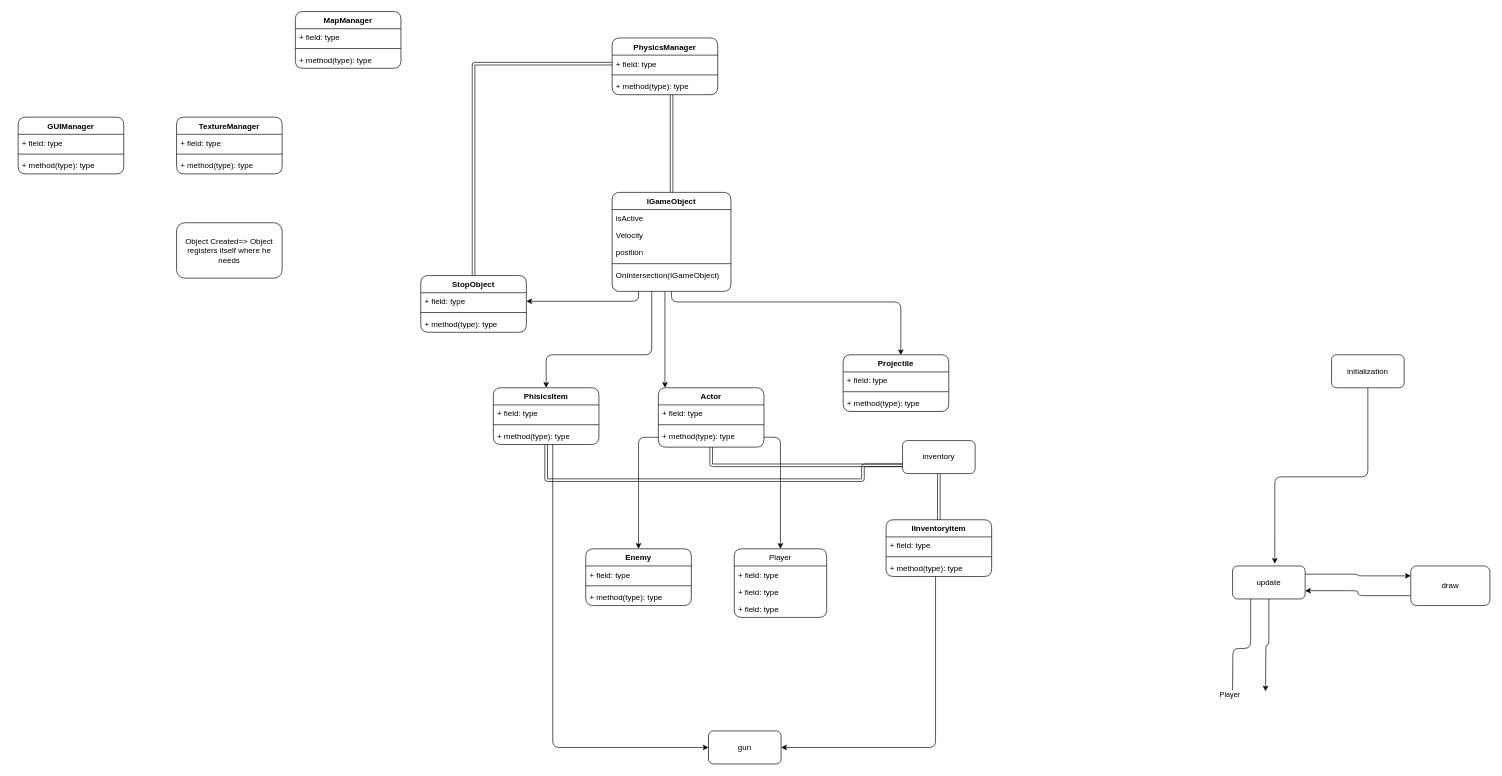
progtime-net/drawIOPlan keeps this draw.io diagram as Hackaton_2023.drawio. Above is the earlier version. Source tidied: cells renumbered, new cells numbered last; positions are measured from the earlier drawing's top-left corner, leaving out a move shared by most shapes. Both pictures are drawn from the tidied source at 66%, with x=0, y=0 at pixel (18, 11).
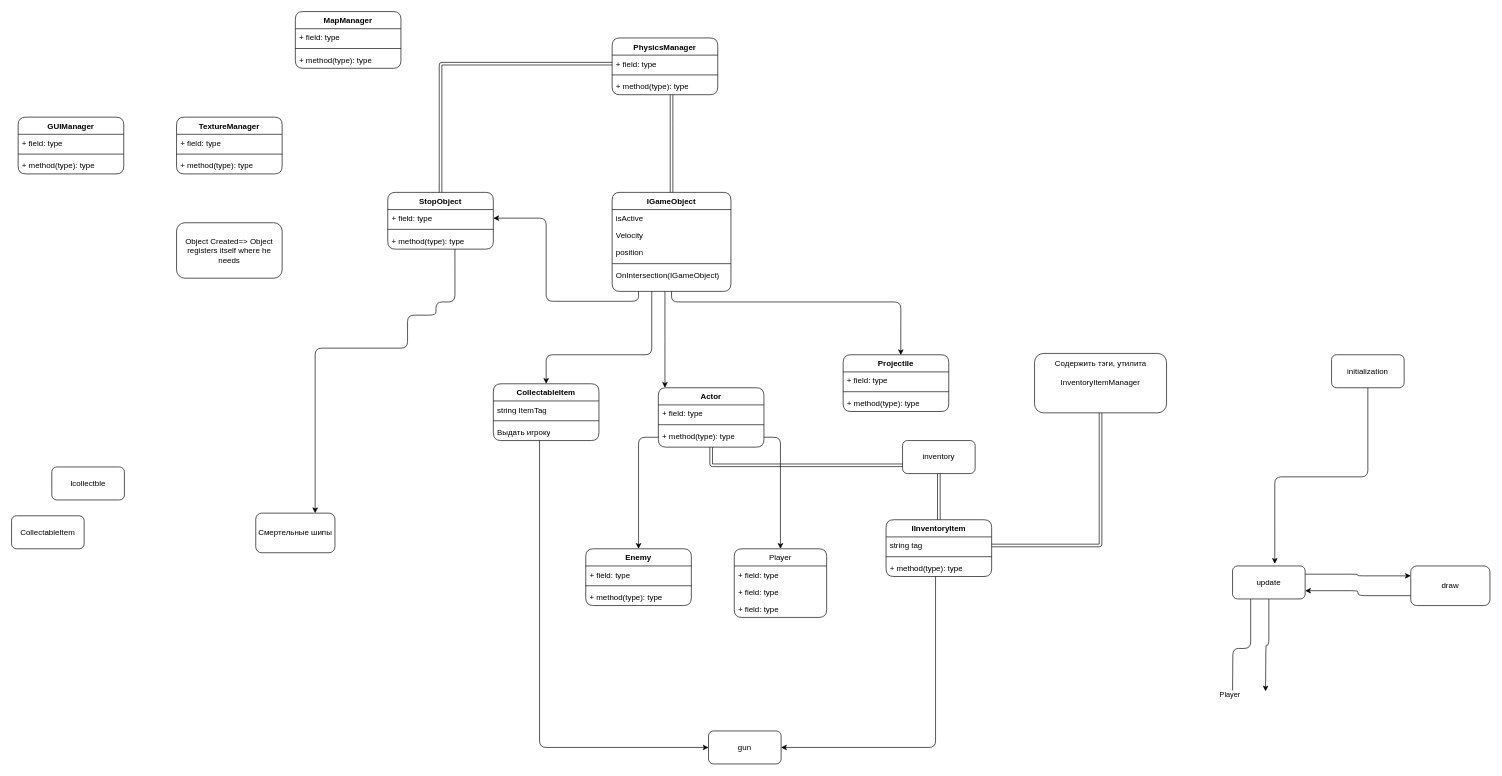
The same diagram, later.

Unchanged cells that the change refers to:
```xml
<mxCell id="40" value="IGameObject" style="swimlane;fontStyle=1;align=center;verticalAlign=top;horizontal=1;startSize=26;whiteSpace=wrap;html=1;rounded=1;" parent="1" vertex="1">
  <mxGeometry x="900" y="274" width="180" height="150" as="geometry" />
</mxCell>
<mxCell id="58" value="+ field: type" style="text;strokeColor=none;fillColor=none;align=left;verticalAlign=top;spacingLeft=4;spacingRight=4;overflow=hidden;points=[[0,0.5],[1,0.5]];portConstraint=eastwest;whiteSpace=wrap;html=1;rounded=1;" parent="57" vertex="1">
  <mxGeometry y="26" width="160" height="26" as="geometry" />
</mxCell>
<mxCell id="60" value="+ method(type): type" style="text;strokeColor=none;fillColor=none;align=left;verticalAlign=top;spacingLeft=4;spacingRight=4;overflow=hidden;points=[[0,0.5],[1,0.5]];portConstraint=eastwest;whiteSpace=wrap;html=1;rounded=1;" parent="57" vertex="1">
  <mxGeometry y="60" width="160" height="26" as="geometry" />
</mxCell>
<mxCell id="63" value="IInventoryItem" style="swimlane;fontStyle=1;align=center;verticalAlign=top;horizontal=1;startSize=26;whiteSpace=wrap;html=1;rounded=1;" parent="1" vertex="1">
  <mxGeometry x="1315" y="770" width="160" height="86" as="geometry" />
</mxCell>
<mxCell id="68" value="inventory" style="html=1;whiteSpace=wrap;rounded=1;" parent="1" vertex="1">
  <mxGeometry x="1340" y="650" width="110" height="50" as="geometry" />
</mxCell>
<mxCell id="71" value="gun" style="html=1;whiteSpace=wrap;rounded=1;" parent="1" vertex="1">
  <mxGeometry x="1046" y="1090" width="110" height="50" as="geometry" />
</mxCell>
```

The edit, as a diff of the source:
```diff
@@
     <mxCell id="38" style="edgeStyle=orthogonalEdgeStyle;rounded=1;jettySize=auto;html=1;entryX=1;entryY=0.5;entryDx=0;entryDy=0;" parent="1" edge="1" source="40" target="58">
       <mxGeometry relative="1" as="geometry">
         <Array as="points">
           <mxPoint x="940" y="439" />
+          <mxPoint x="800" y="439" />
+          <mxPoint x="800" y="313" />
         </Array>
       </mxGeometry>
     </mxCell>
@@
+    <mxCell id="77" style="edgeStyle=orthogonalEdgeStyle;rounded=1;jettySize=auto;html=1;entryX=0.75;entryY=0;entryDx=0;entryDy=0;exitX=0.636;exitY=0.987;exitDx=0;exitDy=0;exitPerimeter=0;" parent="1" edge="1" source="60" target="83">
+      <mxGeometry relative="1" as="geometry">
+        <Array as="points">
+          <mxPoint x="662" y="440" />
+          <mxPoint x="633" y="440" />
+          <mxPoint x="633" y="460" />
+          <mxPoint x="590" y="460" />
+          <mxPoint x="590" y="510" />
+          <mxPoint x="450" y="510" />
+        </Array>
+      </mxGeometry>
+    </mxCell>
@@
     <mxCell id="51" style="edgeStyle=orthogonalEdgeStyle;rounded=1;jettySize=auto;html=1;entryX=0;entryY=0.5;entryDx=0;entryDy=0;" parent="1" edge="1" source="52" target="71">
       <mxGeometry relative="1" as="geometry">
         <Array as="points">
-          <mxPoint x="810" y="1115" />
+          <mxPoint x="790" y="1115" />
         </Array>
       </mxGeometry>
     </mxCell>
-    <mxCell id="52" value="PhisicsItem" style="swimlane;fontStyle=1;align=center;verticalAlign=top;horizontal=1;startSize=26;whiteSpace=wrap;html=1;rounded=1;" parent="1" vertex="1">
-      <mxGeometry x="720" y="570" width="160" height="86" as="geometry" />
+    <mxCell id="52" value="CollectableItem" style="swimlane;fontStyle=1;align=center;verticalAlign=top;horizontal=1;startSize=26;whiteSpace=wrap;html=1;rounded=1;" parent="1" vertex="1">
+      <mxGeometry x="720" y="564" width="160" height="86" as="geometry" />
     </mxCell>
-    <mxCell id="53" value="+ field: type" style="text;strokeColor=none;fillColor=none;align=left;verticalAlign=top;spacingLeft=4;spacingRight=4;overflow=hidden;whiteSpace=wrap;html=1;rounded=1;" parent="52" vertex="1">
+    <mxCell id="53" value="string ItemTag" style="text;strokeColor=none;fillColor=none;align=left;verticalAlign=top;spacingLeft=4;spacingRight=4;overflow=hidden;whiteSpace=wrap;html=1;rounded=1;" parent="52" vertex="1">
       <mxGeometry y="26" width="160" height="26" as="geometry" />
     </mxCell>
@@
-    <mxCell id="55" value="+ method(type): type" style="text;strokeColor=none;fillColor=none;align=left;verticalAlign=top;spacingLeft=4;spacingRight=4;overflow=hidden;whiteSpace=wrap;html=1;rounded=1;" parent="52" vertex="1">
+    <mxCell id="55" value="Выдать игроку" style="text;strokeColor=none;fillColor=none;align=left;verticalAlign=top;spacingLeft=4;spacingRight=4;overflow=hidden;whiteSpace=wrap;html=1;rounded=1;" parent="52" vertex="1">
       <mxGeometry y="60" width="160" height="26" as="geometry" />
     </mxCell>
@@
     <mxCell id="57" value="StopObject" style="swimlane;fontStyle=1;align=center;verticalAlign=top;horizontal=1;startSize=26;whiteSpace=wrap;html=1;rounded=1;" parent="1" vertex="1">
-      <mxGeometry x="610" y="400" width="160" height="86" as="geometry" />
+      <mxGeometry x="560" y="274" width="160" height="86" as="geometry" />
     </mxCell>
@@
-    <mxCell id="64" value="+ field: type" style="text;strokeColor=none;fillColor=none;align=left;verticalAlign=top;spacingLeft=4;spacingRight=4;overflow=hidden;points=[[0,0.5],[1,0.5]];portConstraint=eastwest;whiteSpace=wrap;html=1;rounded=1;" parent="63" vertex="1">
+    <mxCell id="64" value="string tag" style="text;strokeColor=none;fillColor=none;align=left;verticalAlign=top;spacingLeft=4;spacingRight=4;overflow=hidden;points=[[0,0.5],[1,0.5]];portConstraint=eastwest;whiteSpace=wrap;html=1;rounded=1;" parent="63" vertex="1">
       <mxGeometry y="26" width="160" height="26" as="geometry" />
     </mxCell>
@@
-    <mxCell id="69" style="edgeStyle=orthogonalEdgeStyle;rounded=1;jettySize=auto;html=1;entryX=0;entryY=0.75;entryDx=0;entryDy=0;shape=link;" parent="1" edge="1" source="52" target="68">
-      <mxGeometry relative="1" as="geometry">
-        <Array as="points">
-          <mxPoint x="800" y="710" />
-          <mxPoint x="1280" y="710" />
-          <mxPoint x="1280" y="688" />
-        </Array>
-      </mxGeometry>
-    </mxCell>
@@
+    <mxCell id="78" value="CollectableItem" style="html=1;whiteSpace=wrap;rounded=1;" parent="1" vertex="1">
+      <mxGeometry x="-10" y="764" width="110" height="50" as="geometry" />
+    </mxCell>
+    <mxCell id="79" value="Icollectble" style="html=1;whiteSpace=wrap;rounded=1;" parent="1" vertex="1">
+      <mxGeometry x="51" y="690" width="110" height="50" as="geometry" />
+    </mxCell>
+    <mxCell id="80" style="edgeStyle=orthogonalEdgeStyle;rounded=1;jettySize=auto;html=1;entryX=1;entryY=0.5;entryDx=0;entryDy=0;shape=link;" parent="1" edge="1" source="81" target="64">
+      <mxGeometry relative="1" as="geometry" />
+    </mxCell>
+    <mxCell id="81" value="InventoryItemManager" style="html=1;whiteSpace=wrap;rounded=1;" parent="1" vertex="1">
+      <mxGeometry x="1540" y="518" width="200" height="90" as="geometry" />
+    </mxCell>
+    <mxCell id="82" value="Содержить тэги, утилита&lt;br&gt;" style="text;html=1;align=center;verticalAlign=middle;strokeColor=none;fillColor=none;" parent="1" vertex="1">
+      <mxGeometry x="1560" y="518" width="160" height="30" as="geometry" />
+    </mxCell>
+    <mxCell id="83" value="Смертельные шипы" style="whiteSpace=wrap;html=1;rounded=1;" parent="1" vertex="1">
+      <mxGeometry x="360" y="760" width="120" height="60" as="geometry" />
+    </mxCell>
```
